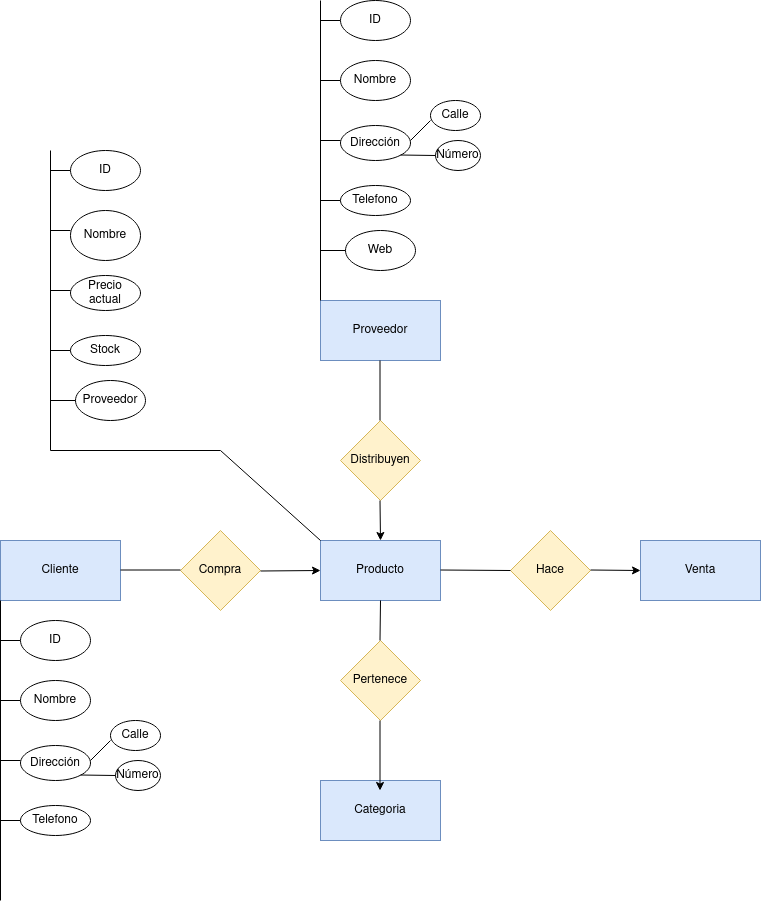
Above: Unidad-1/Tareas/Tarea-1/Diagrama_Practica1.drawio.png in jdrguez/2-Daw (draw.io), before the change. Source tidied: cells renumbered, new cells last; positions are measured from the earlier drawing's top-left corner, leaving out a move shared by most shapes.
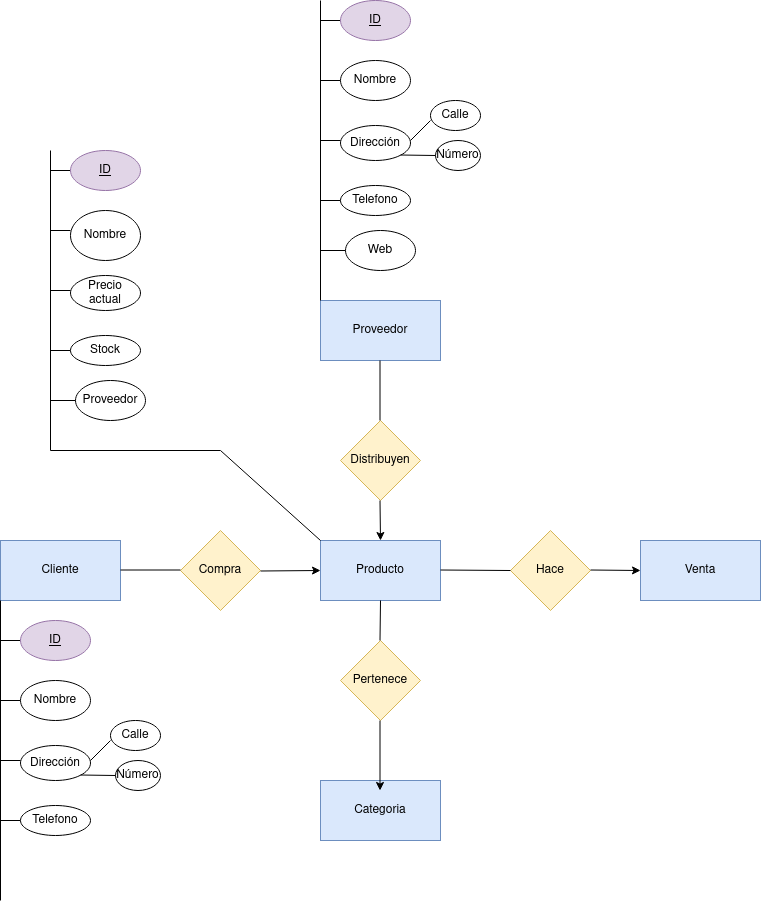
Above is the later version.

The edit, as a diff of the source:
```diff
@@ -86,7 +86,7 @@
         <mxPoint x="20" y="640" as="targetPoint" />
       </mxGeometry>
     </mxCell>
-    <mxCell id="21" value="&lt;div&gt;ID&lt;/div&gt;" style="ellipse;whiteSpace=wrap;html=1;" parent="1" vertex="1">
+    <mxCell id="21" value="&lt;div&gt;&lt;u&gt;ID&lt;/u&gt;&lt;/div&gt;" style="ellipse;whiteSpace=wrap;html=1;fillColor=#e1d5e7;strokeColor=#9673a6;" parent="1" vertex="1">
       <mxGeometry x="20" y="620" width="70" height="40" as="geometry" />
     </mxCell>
     <mxCell id="22" style="endArrow=none;html=1;rounded=0;" parent="1" edge="1">
@@ -139,7 +139,7 @@
         <mxPoint x="340" y="20" as="targetPoint" />
       </mxGeometry>
     </mxCell>
-    <mxCell id="33" value="&lt;div&gt;ID&lt;/div&gt;" style="ellipse;whiteSpace=wrap;html=1;" parent="1" vertex="1">
+    <mxCell id="33" value="&lt;div&gt;&lt;u&gt;ID&lt;/u&gt;&lt;/div&gt;" style="ellipse;whiteSpace=wrap;html=1;fillColor=#e1d5e7;strokeColor=#9673a6;" parent="1" vertex="1">
       <mxGeometry x="340" width="70" height="40" as="geometry" />
     </mxCell>
     <mxCell id="34" style="endArrow=none;html=1;rounded=0;" parent="1" edge="1">
@@ -212,7 +212,7 @@
         <mxPoint x="70" y="170" as="targetPoint" />
       </mxGeometry>
     </mxCell>
-    <mxCell id="49" value="&lt;div&gt;ID&lt;/div&gt;" style="ellipse;whiteSpace=wrap;html=1;" parent="1" vertex="1">
+    <mxCell id="49" value="&lt;div&gt;&lt;u&gt;ID&lt;/u&gt;&lt;/div&gt;" style="ellipse;whiteSpace=wrap;html=1;fillColor=#e1d5e7;strokeColor=#9673a6;" parent="1" vertex="1">
       <mxGeometry x="70" y="150" width="70" height="40" as="geometry" />
     </mxCell>
     <mxCell id="50" style="endArrow=none;html=1;rounded=0;" parent="1" edge="1">
```
